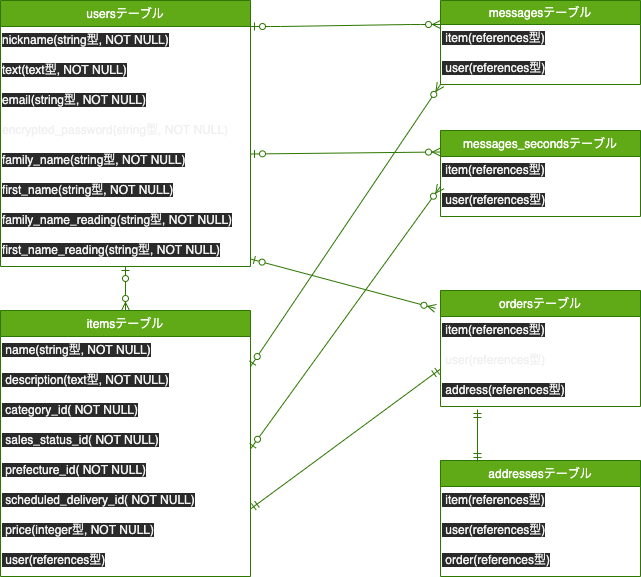
balllllet/oriapp-20210812 keeps this draw.io diagram as oriapp.png. Above is the earlier version. Source tidied: cells renumbered, new cells last; positions are measured from the earlier drawing's top-left corner, leaving out a move shared by most shapes. Its diagram source:
```xml
<mxGraphModel>
  <root>
    <mxCell id="0" />
    <mxCell id="1" parent="0" />
    <mxCell id="2" value="usersテーブル" style="swimlane;fontStyle=0;horizontal=1;startSize=26;fillColor=#60a917;strokeColor=#2D7600;fontColor=#ffffff;" parent="1" vertex="1">
      <mxGeometry width="250" height="266" as="geometry" />
    </mxCell>
    <mxCell id="3" value="&lt;span style=&quot;color: rgb(240 , 240 , 240) ; font-family: &amp;#34;helvetica&amp;#34; ; font-size: 12px ; font-style: normal ; font-weight: 400 ; letter-spacing: normal ; text-align: left ; text-indent: 0px ; text-transform: none ; word-spacing: 0px ; background-color: rgb(42 , 42 , 42) ; display: inline ; float: none&quot;&gt;nickname(string型, NOT NULL)&lt;/span&gt;" style="text;whiteSpace=wrap;html=1;" parent="2" vertex="1">
      <mxGeometry y="26" width="250" height="30" as="geometry" />
    </mxCell>
    <mxCell id="4" value="&lt;span style=&quot;color: rgb(240 , 240 , 240) ; font-family: &amp;#34;helvetica&amp;#34; ; font-size: 12px ; font-style: normal ; font-weight: 400 ; letter-spacing: normal ; text-align: left ; text-indent: 0px ; text-transform: none ; word-spacing: 0px ; background-color: rgb(42 , 42 , 42) ; display: inline ; float: none&quot;&gt;text(text型, NOT NULL)&lt;/span&gt;" style="text;whiteSpace=wrap;html=1;fontColor=#f0f0f0;" parent="2" vertex="1">
      <mxGeometry y="56" width="250" height="30" as="geometry" />
    </mxCell>
    <mxCell id="5" value="&lt;span style=&quot;color: rgb(240 , 240 , 240) ; font-family: &amp;#34;helvetica&amp;#34; ; font-size: 12px ; font-style: normal ; font-weight: 400 ; letter-spacing: normal ; text-align: left ; text-indent: 0px ; text-transform: none ; word-spacing: 0px ; background-color: rgb(42 , 42 , 42) ; display: inline ; float: none&quot;&gt;email(string型, NOT NULL)&lt;/span&gt;" style="text;whiteSpace=wrap;html=1;fontColor=#f0f0f0;" parent="2" vertex="1">
      <mxGeometry y="86" width="250" height="30" as="geometry" />
    </mxCell>
    <mxCell id="6" value="encrypted_password(string型, NOT NULL)" style="text;whiteSpace=wrap;html=1;fontColor=#f0f0f0;" parent="2" vertex="1">
      <mxGeometry y="116" width="250" height="30" as="geometry" />
    </mxCell>
    <mxCell id="7" value="&lt;span style=&quot;color: rgb(240 , 240 , 240) ; font-family: &amp;#34;helvetica&amp;#34; ; font-size: 12px ; font-style: normal ; font-weight: 400 ; letter-spacing: normal ; text-align: left ; text-indent: 0px ; text-transform: none ; word-spacing: 0px ; background-color: rgb(42 , 42 , 42) ; display: inline ; float: none&quot;&gt;family_name(string型, NOT NULL)&lt;/span&gt;" style="text;whiteSpace=wrap;html=1;" parent="2" vertex="1">
      <mxGeometry y="146" width="250" height="30" as="geometry" />
    </mxCell>
    <mxCell id="8" value="&lt;span style=&quot;color: rgb(240 , 240 , 240) ; font-family: &amp;#34;helvetica&amp;#34; ; font-size: 12px ; font-style: normal ; font-weight: 400 ; letter-spacing: normal ; text-align: left ; text-indent: 0px ; text-transform: none ; word-spacing: 0px ; background-color: rgb(42 , 42 , 42) ; display: inline ; float: none&quot;&gt;first_name(string型, NOT NULL)&lt;/span&gt;" style="text;whiteSpace=wrap;html=1;" parent="2" vertex="1">
      <mxGeometry y="176" width="250" height="30" as="geometry" />
    </mxCell>
    <mxCell id="9" value="&lt;span style=&quot;color: rgb(240 , 240 , 240) ; font-family: &amp;#34;helvetica&amp;#34; ; font-size: 12px ; font-style: normal ; font-weight: 400 ; letter-spacing: normal ; text-align: left ; text-indent: 0px ; text-transform: none ; word-spacing: 0px ; background-color: rgb(42 , 42 , 42) ; display: inline ; float: none&quot;&gt;family_name_reading(string型, NOT NULL)&lt;/span&gt;" style="text;whiteSpace=wrap;html=1;" parent="2" vertex="1">
      <mxGeometry y="206" width="250" height="30" as="geometry" />
    </mxCell>
    <mxCell id="10" value="&lt;span style=&quot;color: rgb(240 , 240 , 240) ; font-family: &amp;#34;helvetica&amp;#34; ; font-size: 12px ; font-style: normal ; font-weight: 400 ; letter-spacing: normal ; text-align: left ; text-indent: 0px ; text-transform: none ; word-spacing: 0px ; background-color: rgb(42 , 42 , 42) ; display: inline ; float: none&quot;&gt;first_name_reading(string型, NOT NULL)&lt;/span&gt;" style="text;whiteSpace=wrap;html=1;" parent="2" vertex="1">
      <mxGeometry y="236" width="250" height="30" as="geometry" />
    </mxCell>
    <mxCell id="11" value="ordersテーブル" style="swimlane;fontStyle=0;horizontal=1;startSize=26;fillColor=#60a917;strokeColor=#2D7600;fontColor=#ffffff;" parent="1" vertex="1">
      <mxGeometry x="440" y="290" width="200" height="116" as="geometry" />
    </mxCell>
    <mxCell id="12" value="&lt;span style=&quot;color: rgb(240 , 240 , 240) ; font-family: &amp;#34;helvetica&amp;#34; ; font-size: 12px ; font-style: normal ; font-weight: 400 ; letter-spacing: normal ; text-align: left ; text-indent: 0px ; text-transform: none ; word-spacing: 0px ; background-color: rgb(42 , 42 , 42) ; display: inline ; float: none&quot;&gt;&amp;nbsp;item(references型)&lt;/span&gt;" style="text;whiteSpace=wrap;html=1;fontColor=#f0f0f0;" parent="11" vertex="1">
      <mxGeometry y="26" width="200" height="30" as="geometry" />
    </mxCell>
    <mxCell id="13" value="&lt;span style=&quot;font-family: &amp;#34;helvetica&amp;#34;&quot;&gt;&amp;nbsp;user(references型)&lt;/span&gt;" style="text;whiteSpace=wrap;html=1;fontColor=#f0f0f0;" parent="11" vertex="1">
      <mxGeometry y="56" width="200" height="30" as="geometry" />
    </mxCell>
    <mxCell id="14" value="&lt;span style=&quot;color: rgb(240 , 240 , 240) ; font-family: &amp;#34;helvetica&amp;#34; ; font-size: 12px ; font-style: normal ; font-weight: 400 ; letter-spacing: normal ; text-align: left ; text-indent: 0px ; text-transform: none ; word-spacing: 0px ; background-color: rgb(42 , 42 , 42) ; display: inline ; float: none&quot;&gt;&amp;nbsp;address(references型)&lt;/span&gt;" style="text;whiteSpace=wrap;html=1;fontColor=#f0f0f0;" parent="11" vertex="1">
      <mxGeometry y="86" width="200" height="30" as="geometry" />
    </mxCell>
    <mxCell id="15" value="messages_secondsテーブル" style="swimlane;fontStyle=0;horizontal=1;startSize=26;fillColor=#60a917;strokeColor=#2D7600;fontColor=#ffffff;" parent="1" vertex="1">
      <mxGeometry x="440" y="130" width="200" height="86" as="geometry" />
    </mxCell>
    <mxCell id="16" value="&lt;span style=&quot;color: rgb(240 , 240 , 240) ; font-family: &amp;#34;helvetica&amp;#34; ; font-size: 12px ; font-style: normal ; font-weight: 400 ; letter-spacing: normal ; text-align: left ; text-indent: 0px ; text-transform: none ; word-spacing: 0px ; background-color: rgb(42 , 42 , 42) ; display: inline ; float: none&quot;&gt;&amp;nbsp;item(references型)&lt;/span&gt;" style="text;whiteSpace=wrap;html=1;fontColor=#f0f0f0;" parent="15" vertex="1">
      <mxGeometry y="26" width="200" height="30" as="geometry" />
    </mxCell>
    <mxCell id="17" value="&lt;meta charset=&quot;utf-8&quot;&gt;&lt;span style=&quot;color: rgb(240, 240, 240); font-family: helvetica; font-size: 12px; font-style: normal; font-weight: 400; letter-spacing: normal; text-align: left; text-indent: 0px; text-transform: none; word-spacing: 0px; background-color: rgb(42, 42, 42); display: inline; float: none;&quot;&gt;&amp;nbsp;user(references型)&lt;/span&gt;" style="text;whiteSpace=wrap;html=1;fontColor=#f0f0f0;" parent="15" vertex="1">
      <mxGeometry y="56" width="200" height="30" as="geometry" />
    </mxCell>
    <mxCell id="18" value="itemsテーブル" style="swimlane;fontStyle=0;horizontal=1;startSize=26;fillColor=#60a917;strokeColor=#2D7600;fontColor=#ffffff;" parent="1" vertex="1">
      <mxGeometry y="310" width="250" height="266" as="geometry" />
    </mxCell>
    <mxCell id="19" value="&lt;span style=&quot;color: rgb(240 , 240 , 240) ; font-family: &amp;#34;helvetica&amp;#34; ; font-size: 12px ; font-style: normal ; font-weight: 400 ; letter-spacing: normal ; text-align: left ; text-indent: 0px ; text-transform: none ; word-spacing: 0px ; background-color: rgb(42 , 42 , 42) ; display: inline ; float: none&quot;&gt;&amp;nbsp;name(string型, NOT NULL)&lt;/span&gt;" style="text;whiteSpace=wrap;html=1;" parent="18" vertex="1">
      <mxGeometry y="26" width="250" height="30" as="geometry" />
    </mxCell>
    <mxCell id="20" value="&lt;span style=&quot;color: rgb(240 , 240 , 240) ; font-family: &amp;#34;helvetica&amp;#34; ; font-size: 12px ; font-style: normal ; font-weight: 400 ; letter-spacing: normal ; text-align: left ; text-indent: 0px ; text-transform: none ; word-spacing: 0px ; background-color: rgb(42 , 42 , 42) ; display: inline ; float: none&quot;&gt;&amp;nbsp;&lt;span style=&quot;font-family: &amp;#34;helvetica&amp;#34;&quot;&gt;description&lt;/span&gt;(text型, NOT NULL)&lt;/span&gt;" style="text;whiteSpace=wrap;html=1;fontColor=#f0f0f0;" parent="18" vertex="1">
      <mxGeometry y="56" width="250" height="30" as="geometry" />
    </mxCell>
    <mxCell id="21" value="&lt;span style=&quot;color: rgb(240 , 240 , 240) ; font-family: &amp;#34;helvetica&amp;#34; ; font-size: 12px ; font-style: normal ; font-weight: 400 ; letter-spacing: normal ; text-align: left ; text-indent: 0px ; text-transform: none ; word-spacing: 0px ; background-color: rgb(42 , 42 , 42) ; display: inline ; float: none&quot;&gt;&amp;nbsp;category_id( NOT NULL)&lt;/span&gt;" style="text;whiteSpace=wrap;html=1;fontColor=#f0f0f0;" parent="18" vertex="1">
      <mxGeometry y="86" width="250" height="30" as="geometry" />
    </mxCell>
    <mxCell id="22" value="&lt;meta charset=&quot;utf-8&quot;&gt;&lt;span style=&quot;color: rgb(240, 240, 240); font-family: helvetica; font-size: 12px; font-style: normal; font-weight: 400; letter-spacing: normal; text-align: left; text-indent: 0px; text-transform: none; word-spacing: 0px; background-color: rgb(42, 42, 42); display: inline; float: none;&quot;&gt;&amp;nbsp;sales_status_id( NOT NULL)&lt;/span&gt;" style="text;whiteSpace=wrap;html=1;" parent="18" vertex="1">
      <mxGeometry y="116" width="250" height="30" as="geometry" />
    </mxCell>
    <mxCell id="23" value="&lt;span style=&quot;color: rgb(240 , 240 , 240) ; font-family: &amp;#34;helvetica&amp;#34; ; font-size: 12px ; font-style: normal ; font-weight: 400 ; letter-spacing: normal ; text-align: left ; text-indent: 0px ; text-transform: none ; word-spacing: 0px ; background-color: rgb(42 , 42 , 42) ; display: inline ; float: none&quot;&gt;&amp;nbsp;prefecture_id( NOT NULL)&lt;/span&gt;" style="text;whiteSpace=wrap;html=1;" parent="18" vertex="1">
      <mxGeometry y="146" width="250" height="30" as="geometry" />
    </mxCell>
    <mxCell id="24" value="&lt;span style=&quot;color: rgb(240 , 240 , 240) ; font-family: &amp;#34;helvetica&amp;#34; ; font-size: 12px ; font-style: normal ; font-weight: 400 ; letter-spacing: normal ; text-align: left ; text-indent: 0px ; text-transform: none ; word-spacing: 0px ; background-color: rgb(42 , 42 , 42) ; display: inline ; float: none&quot;&gt;&amp;nbsp;scheduled_delivery_id( NOT NULL)&lt;/span&gt;" style="text;whiteSpace=wrap;html=1;fontColor=#f0f0f0;" parent="18" vertex="1">
      <mxGeometry y="176" width="250" height="30" as="geometry" />
    </mxCell>
    <mxCell id="25" value="&lt;meta charset=&quot;utf-8&quot;&gt;&lt;span style=&quot;color: rgb(240, 240, 240); font-family: helvetica; font-size: 12px; font-style: normal; font-weight: 400; letter-spacing: normal; text-align: left; text-indent: 0px; text-transform: none; word-spacing: 0px; background-color: rgb(42, 42, 42); display: inline; float: none;&quot;&gt;&amp;nbsp;price(integer型, NOT NULL)&lt;/span&gt;" style="text;whiteSpace=wrap;html=1;" parent="18" vertex="1">
      <mxGeometry y="206" width="250" height="30" as="geometry" />
    </mxCell>
    <mxCell id="26" value="&lt;meta charset=&quot;utf-8&quot;&gt;&lt;span style=&quot;color: rgb(240, 240, 240); font-family: helvetica; font-size: 12px; font-style: normal; font-weight: 400; letter-spacing: normal; text-align: left; text-indent: 0px; text-transform: none; word-spacing: 0px; background-color: rgb(42, 42, 42); display: inline; float: none;&quot;&gt;&amp;nbsp;user(references型)&lt;/span&gt;" style="text;whiteSpace=wrap;html=1;" parent="18" vertex="1">
      <mxGeometry y="236" width="250" height="30" as="geometry" />
    </mxCell>
    <mxCell id="27" value="messagesテーブル" style="swimlane;fontStyle=0;horizontal=1;startSize=24;fillColor=#60a917;strokeColor=#2D7600;fontColor=#ffffff;" parent="1" vertex="1">
      <mxGeometry x="440" width="200" height="84" as="geometry" />
    </mxCell>
    <mxCell id="28" value="&lt;span style=&quot;color: rgb(240 , 240 , 240) ; font-family: &amp;#34;helvetica&amp;#34; ; font-size: 12px ; font-style: normal ; font-weight: 400 ; letter-spacing: normal ; text-align: left ; text-indent: 0px ; text-transform: none ; word-spacing: 0px ; background-color: rgb(42 , 42 , 42) ; display: inline ; float: none&quot;&gt;&amp;nbsp;item(references型)&lt;/span&gt;" style="text;whiteSpace=wrap;html=1;fontColor=#f0f0f0;" parent="27" vertex="1">
      <mxGeometry y="24" width="200" height="30" as="geometry" />
    </mxCell>
    <mxCell id="29" value="&lt;meta charset=&quot;utf-8&quot;&gt;&lt;span style=&quot;color: rgb(240, 240, 240); font-family: helvetica; font-size: 12px; font-style: normal; font-weight: 400; letter-spacing: normal; text-align: left; text-indent: 0px; text-transform: none; word-spacing: 0px; background-color: rgb(42, 42, 42); display: inline; float: none;&quot;&gt;&amp;nbsp;user(references型)&lt;/span&gt;" style="text;whiteSpace=wrap;html=1;fontColor=#f0f0f0;" parent="27" vertex="1">
      <mxGeometry y="54" width="200" height="30" as="geometry" />
    </mxCell>
    <mxCell id="30" style="fontSize=12;html=1;endArrow=ERzeroToMany;startArrow=ERzeroToOne;exitX=0.5;exitY=1;exitDx=0;exitDy=0;fillColor=#60a917;strokeColor=#2D7600;" parent="1" edge="1" source="10" target="18">
      <mxGeometry relative="1" as="geometry" />
    </mxCell>
    <mxCell id="31" style="edgeStyle=entityRelationEdgeStyle;fontSize=12;html=1;endArrow=ERzeroToMany;startArrow=ERzeroToOne;fillColor=#60a917;strokeColor=#2D7600;entryX=0;entryY=0;entryDx=0;entryDy=0;exitX=1;exitY=0;exitDx=0;exitDy=0;" parent="1" edge="1" source="3" target="28">
      <mxGeometry relative="1" as="geometry" />
    </mxCell>
    <mxCell id="32" style="fontSize=12;html=1;endArrow=ERzeroToMany;startArrow=ERzeroToOne;exitX=1;exitY=0.25;exitDx=0;exitDy=0;entryX=0;entryY=0.25;entryDx=0;entryDy=0;fillColor=#60a917;strokeColor=#2D7600;" parent="1" edge="1" source="7" target="15">
      <mxGeometry relative="1" as="geometry" />
    </mxCell>
    <mxCell id="33" style="fontSize=12;html=1;endArrow=ERzeroToMany;startArrow=ERzeroToOne;exitX=1;exitY=0.75;exitDx=0;exitDy=0;entryX=-0.025;entryY=0.154;entryDx=0;entryDy=0;entryPerimeter=0;fillColor=#60a917;strokeColor=#2D7600;" parent="1" edge="1" source="10" target="11">
      <mxGeometry relative="1" as="geometry" />
    </mxCell>
    <mxCell id="34" style="fontSize=12;html=1;endArrow=ERzeroToMany;startArrow=ERzeroToOne;exitX=1;exitY=0;exitDx=0;exitDy=0;entryX=0;entryY=1;entryDx=0;entryDy=0;fillColor=#60a917;strokeColor=#2D7600;" parent="1" edge="1" source="20" target="29">
      <mxGeometry relative="1" as="geometry" />
    </mxCell>
    <mxCell id="35" style="fontSize=12;html=1;endArrow=ERmandOne;startArrow=ERmandOne;fontColor=#f0f0f0;entryX=0;entryY=0.75;entryDx=0;entryDy=0;fillColor=#60a917;strokeColor=#2D7600;exitX=1;exitY=0.75;exitDx=0;exitDy=0;" parent="1" edge="1" source="24" target="13">
      <mxGeometry relative="1" as="geometry" />
    </mxCell>
    <mxCell id="36" style="fontSize=12;html=1;endArrow=ERzeroToMany;startArrow=ERzeroToOne;exitX=1;exitY=0.75;exitDx=0;exitDy=0;entryX=0;entryY=0;entryDx=0;entryDy=0;fillColor=#60a917;strokeColor=#2D7600;" parent="1" edge="1" source="22" target="17">
      <mxGeometry relative="1" as="geometry" />
    </mxCell>
    <mxCell id="37" value="addressesテーブル" style="swimlane;fontStyle=0;horizontal=1;startSize=26;fillColor=#60a917;labelBackgroundColor=none;fontColor=#ffffff;strokeColor=#2D7600;" parent="1" vertex="1">
      <mxGeometry x="440" y="460" width="200" height="116" as="geometry" />
    </mxCell>
    <mxCell id="38" value="&lt;meta charset=&quot;utf-8&quot;&gt;&lt;span style=&quot;color: rgb(240, 240, 240); font-family: helvetica; font-size: 12px; font-style: normal; font-weight: 400; letter-spacing: normal; text-align: left; text-indent: 0px; text-transform: none; word-spacing: 0px; background-color: rgb(42, 42, 42); display: inline; float: none;&quot;&gt;&amp;nbsp;item(references型)&lt;/span&gt;" style="text;whiteSpace=wrap;html=1;fontColor=#f0f0f0;" parent="37" vertex="1">
      <mxGeometry y="26" width="200" height="30" as="geometry" />
    </mxCell>
    <mxCell id="39" value="&lt;meta charset=&quot;utf-8&quot;&gt;&lt;span style=&quot;color: rgb(240, 240, 240); font-family: helvetica; font-size: 12px; font-style: normal; font-weight: 400; letter-spacing: normal; text-align: left; text-indent: 0px; text-transform: none; word-spacing: 0px; background-color: rgb(42, 42, 42); display: inline; float: none;&quot;&gt;&amp;nbsp;user(references型)&lt;/span&gt;" style="text;whiteSpace=wrap;html=1;fontColor=#f0f0f0;" parent="37" vertex="1">
      <mxGeometry y="56" width="200" height="30" as="geometry" />
    </mxCell>
    <mxCell id="40" value="&lt;span style=&quot;color: rgb(240 , 240 , 240) ; font-family: &amp;#34;helvetica&amp;#34; ; font-size: 12px ; font-style: normal ; font-weight: 400 ; letter-spacing: normal ; text-align: left ; text-indent: 0px ; text-transform: none ; word-spacing: 0px ; background-color: rgb(42 , 42 , 42) ; display: inline ; float: none&quot;&gt;&amp;nbsp;order(references型)&lt;/span&gt;" style="text;whiteSpace=wrap;html=1;fontColor=#f0f0f0;" parent="37" vertex="1">
      <mxGeometry y="86" width="200" height="30" as="geometry" />
    </mxCell>
    <mxCell id="41" style="fontSize=12;html=1;endArrow=ERmandOne;startArrow=ERmandOne;fontColor=#f0f0f0;entryX=0.185;entryY=1.1;entryDx=0;entryDy=0;entryPerimeter=0;exitX=0.185;exitY=0.009;exitDx=0;exitDy=0;exitPerimeter=0;fillColor=#60a917;strokeColor=#2D7600;" parent="1" edge="1" source="37" target="14">
      <mxGeometry relative="1" as="geometry" />
    </mxCell>
  </root>
</mxGraphModel>
```
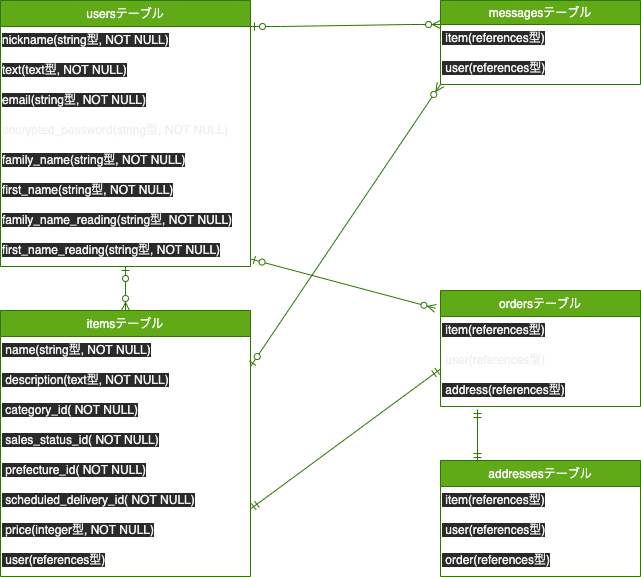
After the commit.

What changed in the source:
```diff
@@ -41,15 +41,6 @@
     <mxCell id="14" value="&lt;span style=&quot;color: rgb(240 , 240 , 240) ; font-family: &amp;#34;helvetica&amp;#34; ; font-size: 12px ; font-style: normal ; font-weight: 400 ; letter-spacing: normal ; text-align: left ; text-indent: 0px ; text-transform: none ; word-spacing: 0px ; background-color: rgb(42 , 42 , 42) ; display: inline ; float: none&quot;&gt;&amp;nbsp;address(references型)&lt;/span&gt;" style="text;whiteSpace=wrap;html=1;fontColor=#f0f0f0;" parent="11" vertex="1">
       <mxGeometry y="86" width="200" height="30" as="geometry" />
     </mxCell>
-    <mxCell id="15" value="messages_secondsテーブル" style="swimlane;fontStyle=0;horizontal=1;startSize=26;fillColor=#60a917;strokeColor=#2D7600;fontColor=#ffffff;" parent="1" vertex="1">
-      <mxGeometry x="440" y="130" width="200" height="86" as="geometry" />
-    </mxCell>
-    <mxCell id="16" value="&lt;span style=&quot;color: rgb(240 , 240 , 240) ; font-family: &amp;#34;helvetica&amp;#34; ; font-size: 12px ; font-style: normal ; font-weight: 400 ; letter-spacing: normal ; text-align: left ; text-indent: 0px ; text-transform: none ; word-spacing: 0px ; background-color: rgb(42 , 42 , 42) ; display: inline ; float: none&quot;&gt;&amp;nbsp;item(references型)&lt;/span&gt;" style="text;whiteSpace=wrap;html=1;fontColor=#f0f0f0;" parent="15" vertex="1">
-      <mxGeometry y="26" width="200" height="30" as="geometry" />
-    </mxCell>
-    <mxCell id="17" value="&lt;meta charset=&quot;utf-8&quot;&gt;&lt;span style=&quot;color: rgb(240, 240, 240); font-family: helvetica; font-size: 12px; font-style: normal; font-weight: 400; letter-spacing: normal; text-align: left; text-indent: 0px; text-transform: none; word-spacing: 0px; background-color: rgb(42, 42, 42); display: inline; float: none;&quot;&gt;&amp;nbsp;user(references型)&lt;/span&gt;" style="text;whiteSpace=wrap;html=1;fontColor=#f0f0f0;" parent="15" vertex="1">
-      <mxGeometry y="56" width="200" height="30" as="geometry" />
-    </mxCell>
     <mxCell id="18" value="itemsテーブル" style="swimlane;fontStyle=0;horizontal=1;startSize=26;fillColor=#60a917;strokeColor=#2D7600;fontColor=#ffffff;" parent="1" vertex="1">
       <mxGeometry y="310" width="250" height="266" as="geometry" />
     </mxCell>
@@ -92,9 +83,6 @@
     <mxCell id="31" style="edgeStyle=entityRelationEdgeStyle;fontSize=12;html=1;endArrow=ERzeroToMany;startArrow=ERzeroToOne;fillColor=#60a917;strokeColor=#2D7600;entryX=0;entryY=0;entryDx=0;entryDy=0;exitX=1;exitY=0;exitDx=0;exitDy=0;" parent="1" edge="1" source="3" target="28">
       <mxGeometry relative="1" as="geometry" />
     </mxCell>
-    <mxCell id="32" style="fontSize=12;html=1;endArrow=ERzeroToMany;startArrow=ERzeroToOne;exitX=1;exitY=0.25;exitDx=0;exitDy=0;entryX=0;entryY=0.25;entryDx=0;entryDy=0;fillColor=#60a917;strokeColor=#2D7600;" parent="1" edge="1" source="7" target="15">
-      <mxGeometry relative="1" as="geometry" />
-    </mxCell>
     <mxCell id="33" style="fontSize=12;html=1;endArrow=ERzeroToMany;startArrow=ERzeroToOne;exitX=1;exitY=0.75;exitDx=0;exitDy=0;entryX=-0.025;entryY=0.154;entryDx=0;entryDy=0;entryPerimeter=0;fillColor=#60a917;strokeColor=#2D7600;" parent="1" edge="1" source="10" target="11">
       <mxGeometry relative="1" as="geometry" />
     </mxCell>
@@ -104,9 +92,6 @@
     <mxCell id="35" style="fontSize=12;html=1;endArrow=ERmandOne;startArrow=ERmandOne;fontColor=#f0f0f0;entryX=0;entryY=0.75;entryDx=0;entryDy=0;fillColor=#60a917;strokeColor=#2D7600;exitX=1;exitY=0.75;exitDx=0;exitDy=0;" parent="1" edge="1" source="24" target="13">
       <mxGeometry relative="1" as="geometry" />
     </mxCell>
-    <mxCell id="36" style="fontSize=12;html=1;endArrow=ERzeroToMany;startArrow=ERzeroToOne;exitX=1;exitY=0.75;exitDx=0;exitDy=0;entryX=0;entryY=0;entryDx=0;entryDy=0;fillColor=#60a917;strokeColor=#2D7600;" parent="1" edge="1" source="22" target="17">
-      <mxGeometry relative="1" as="geometry" />
-    </mxCell>
     <mxCell id="37" value="addressesテーブル" style="swimlane;fontStyle=0;horizontal=1;startSize=26;fillColor=#60a917;labelBackgroundColor=none;fontColor=#ffffff;strokeColor=#2D7600;" parent="1" vertex="1">
       <mxGeometry x="440" y="460" width="200" height="116" as="geometry" />
     </mxCell>
```
